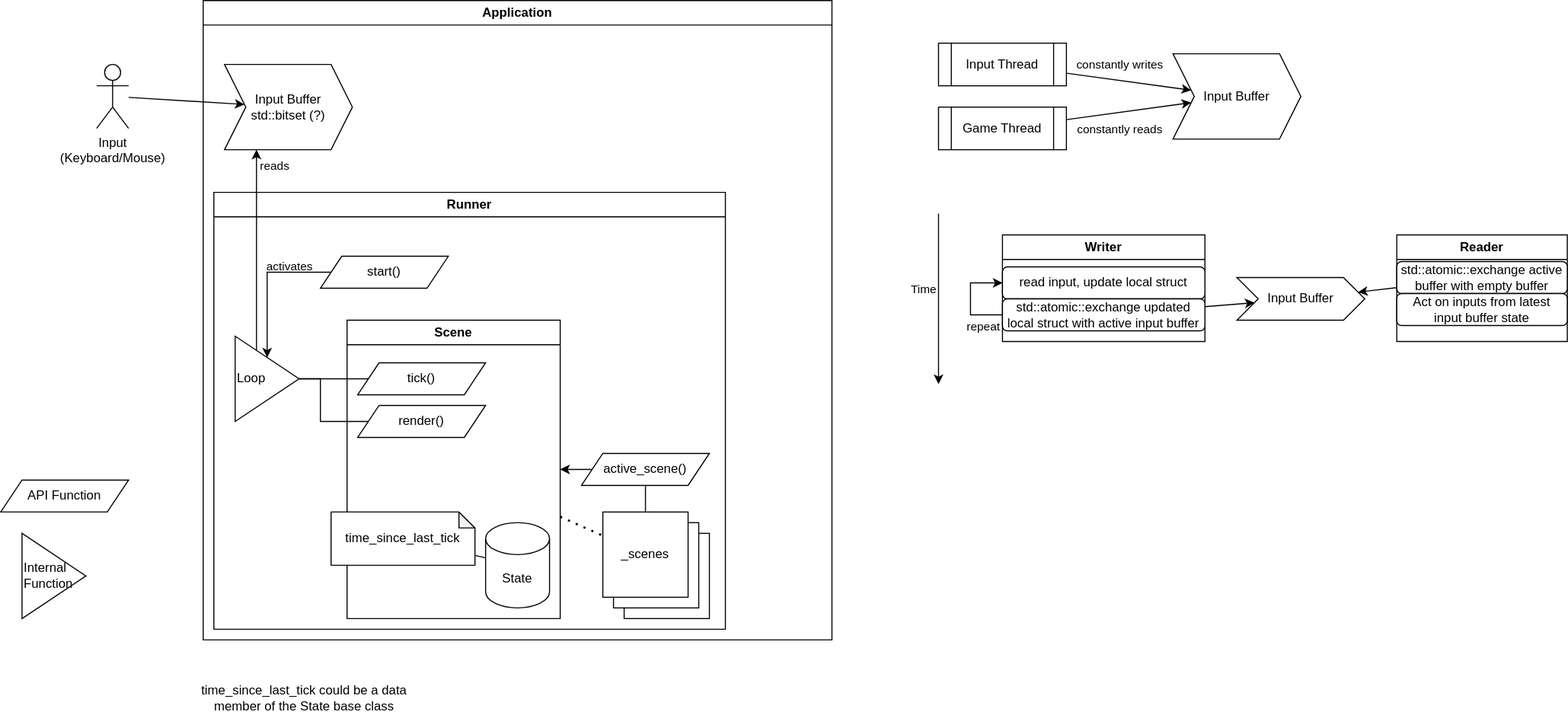
Before: lib/doc/scene.dio.svg, a diagram exported from draw.io (dstodev/cmake-cxx). Source tidied: cells renumbered, new cells last; positions are measured from the earlier drawing's top-left corner, leaving out a move shared by most shapes. Its diagram source:
```xml
<mxGraphModel>
  <root>
    <mxCell id="0" />
    <mxCell id="1" parent="0" />
    <mxCell id="2" value="Input&lt;br&gt;(Keyboard/Mouse)" style="shape=umlActor;verticalLabelPosition=bottom;verticalAlign=top;html=1;outlineConnect=0;" parent="1" vertex="1">
      <mxGeometry x="90" y="60" width="30" height="60" as="geometry" />
    </mxCell>
    <mxCell id="3" value="Application" style="swimlane;whiteSpace=wrap;html=1;" parent="1" vertex="1">
      <mxGeometry x="190" width="590" height="600" as="geometry" />
    </mxCell>
    <mxCell id="4" value="Input Buffer&lt;br&gt;std::bitset (?)" style="shape=step;perimeter=stepPerimeter;whiteSpace=wrap;html=1;fixedSize=1;" parent="3" vertex="1">
      <mxGeometry x="20" y="60" width="120" height="80" as="geometry" />
    </mxCell>
    <mxCell id="5" value="Runner" style="swimlane;whiteSpace=wrap;html=1;" parent="3" vertex="1">
      <mxGeometry x="10" y="180" width="480" height="410" as="geometry" />
    </mxCell>
    <mxCell id="6" value="Scene" style="swimlane;whiteSpace=wrap;html=1;" parent="5" vertex="1">
      <mxGeometry x="125" y="120" width="200" height="280" as="geometry" />
    </mxCell>
    <mxCell id="7" value="State" style="shape=cylinder3;whiteSpace=wrap;html=1;boundedLbl=1;backgroundOutline=1;size=15;" parent="6" vertex="1">
      <mxGeometry x="130" y="190" width="60" height="80" as="geometry" />
    </mxCell>
    <mxCell id="8" value="tick()" style="shape=parallelogram;perimeter=parallelogramPerimeter;whiteSpace=wrap;html=1;fixedSize=1;" parent="6" vertex="1">
      <mxGeometry x="10" y="40" width="120" height="30" as="geometry" />
    </mxCell>
    <mxCell id="9" value="render()" style="shape=parallelogram;perimeter=parallelogramPerimeter;whiteSpace=wrap;html=1;fixedSize=1;" parent="6" vertex="1">
      <mxGeometry x="10" y="80" width="120" height="30" as="geometry" />
    </mxCell>
    <mxCell id="10" style="endArrow=none;dashed=1;html=1;dashPattern=1 3;strokeWidth=2;rounded=0;" parent="5" edge="1" source="6" target="21">
      <mxGeometry relative="1" as="geometry" />
    </mxCell>
    <mxCell id="11" value="Loop" style="triangle;whiteSpace=wrap;html=1;align=left;" parent="5" vertex="1">
      <mxGeometry x="20" y="135" width="60" height="80" as="geometry" />
    </mxCell>
    <mxCell id="12" style="endArrow=none;html=1;rounded=0;" parent="5" edge="1" source="11" target="8">
      <mxGeometry relative="1" as="geometry" />
    </mxCell>
    <mxCell id="13" style="endArrow=none;html=1;rounded=0;edgeStyle=elbowEdgeStyle;" parent="5" edge="1" source="11" target="9">
      <mxGeometry relative="1" as="geometry">
        <Array as="points">
          <mxPoint x="100" y="175" />
        </Array>
      </mxGeometry>
    </mxCell>
    <mxCell id="14" value="active_scene()" style="shape=parallelogram;perimeter=parallelogramPerimeter;whiteSpace=wrap;html=1;fixedSize=1;" parent="5" vertex="1">
      <mxGeometry x="345" y="245" width="120" height="30" as="geometry" />
    </mxCell>
    <mxCell id="15" value="time_since_last_tick" style="shape=note;whiteSpace=wrap;html=1;backgroundOutline=1;darkOpacity=0.05;align=center;verticalAlign=middle;size=15;" parent="5" vertex="1">
      <mxGeometry x="110" y="300" width="135" height="50" as="geometry" />
    </mxCell>
    <mxCell id="16" style="endArrow=none;html=1;rounded=0;" parent="5" edge="1" source="15" target="7">
      <mxGeometry relative="1" as="geometry" />
    </mxCell>
    <mxCell id="17" style="endArrow=classic;html=1;rounded=0;" parent="5" edge="1" source="14" target="6">
      <mxGeometry relative="1" as="geometry" />
    </mxCell>
    <mxCell id="18" style="group;" parent="5" vertex="1">
      <mxGeometry x="365" y="300" width="100" height="100" as="geometry" />
    </mxCell>
    <mxCell id="19" value="Scene" style="whiteSpace=wrap;html=1;" parent="18" vertex="1">
      <mxGeometry x="20" y="20" width="80" height="80" as="geometry" />
    </mxCell>
    <mxCell id="20" value="Scene" style="whiteSpace=wrap;html=1;" parent="18" vertex="1">
      <mxGeometry x="10" y="10" width="80" height="80" as="geometry" />
    </mxCell>
    <mxCell id="21" value="_scenes" style="whiteSpace=wrap;html=1;" parent="18" vertex="1">
      <mxGeometry width="80" height="80" as="geometry" />
    </mxCell>
    <mxCell id="22" style="endArrow=none;html=1;rounded=0;" parent="5" edge="1" source="21" target="14">
      <mxGeometry relative="1" as="geometry" />
    </mxCell>
    <mxCell id="23" value="start()" style="shape=parallelogram;perimeter=parallelogramPerimeter;whiteSpace=wrap;html=1;fixedSize=1;" parent="5" vertex="1">
      <mxGeometry x="100" y="60" width="120" height="30" as="geometry" />
    </mxCell>
    <mxCell id="24" style="endArrow=classic;html=1;rounded=0;edgeStyle=orthogonalEdgeStyle;" parent="5" edge="1" source="23" target="11">
      <mxGeometry relative="1" as="geometry" />
    </mxCell>
    <mxCell id="25" value="activates" style="edgeLabel;html=1;align=center;verticalAlign=middle;labelBackgroundColor=none;" parent="24" vertex="1">
      <mxGeometry x="-0.39" y="-2" relative="1" as="geometry">
        <mxPoint x="3" y="-4" as="offset" />
      </mxGeometry>
    </mxCell>
    <mxCell id="26" style="endArrow=classic;html=1;rounded=0;edgeStyle=orthogonalEdgeStyle;" parent="3" edge="1" source="11" target="4">
      <mxGeometry relative="1" as="geometry">
        <Array as="points">
          <mxPoint x="50" y="220" />
          <mxPoint x="50" y="220" />
        </Array>
      </mxGeometry>
    </mxCell>
    <mxCell id="27" value="reads" style="edgeLabel;html=1;align=center;verticalAlign=middle;horizontal=1;labelBackgroundColor=none;fontColor=default;" parent="26" vertex="1">
      <mxGeometry x="-0.09" y="1" relative="1" as="geometry">
        <mxPoint x="17" y="-88" as="offset" />
      </mxGeometry>
    </mxCell>
    <mxCell id="28" style="endArrow=classic;html=1;rounded=0;" parent="1" edge="1" source="2" target="4">
      <mxGeometry relative="1" as="geometry" />
    </mxCell>
    <mxCell id="29" value="API Function" style="shape=parallelogram;perimeter=parallelogramPerimeter;whiteSpace=wrap;html=1;fixedSize=1;" parent="1" vertex="1">
      <mxGeometry y="450" width="120" height="30" as="geometry" />
    </mxCell>
    <mxCell id="30" value="Internal Function" style="triangle;whiteSpace=wrap;html=1;align=left;" parent="1" vertex="1">
      <mxGeometry x="20" y="500" width="60" height="80" as="geometry" />
    </mxCell>
    <mxCell id="31" value="time_since_last_tick could be a data member of the State base class" style="text;html=1;strokeColor=none;fillColor=none;align=center;verticalAlign=middle;whiteSpace=wrap;rounded=0;labelBackgroundColor=none;fontColor=default;" parent="1" vertex="1">
      <mxGeometry x="185" y="640" width="200" height="30" as="geometry" />
    </mxCell>
    <mxCell id="32" value="Input Buffer" style="shape=step;perimeter=stepPerimeter;whiteSpace=wrap;html=1;fixedSize=1;labelBackgroundColor=none;fontColor=default;fillColor=default;" parent="1" vertex="1">
      <mxGeometry x="1100" y="50" width="120" height="80" as="geometry" />
    </mxCell>
    <mxCell id="33" value="Input Thread" style="shape=process;whiteSpace=wrap;html=1;backgroundOutline=1;labelBackgroundColor=none;fontColor=default;fillColor=default;" parent="1" vertex="1">
      <mxGeometry x="880" y="40" width="120" height="40" as="geometry" />
    </mxCell>
    <mxCell id="34" value="Game Thread" style="shape=process;whiteSpace=wrap;html=1;backgroundOutline=1;labelBackgroundColor=none;fontColor=default;fillColor=default;" parent="1" vertex="1">
      <mxGeometry x="880" y="100" width="120" height="40" as="geometry" />
    </mxCell>
    <mxCell id="35" style="endArrow=classic;html=1;rounded=0;fontColor=default;elbow=vertical;" parent="1" edge="1" source="33" target="32">
      <mxGeometry relative="1" as="geometry" />
    </mxCell>
    <mxCell id="36" value="constantly writes" style="edgeLabel;html=1;align=center;verticalAlign=middle;fontColor=default;" parent="35" vertex="1">
      <mxGeometry x="-0.42" y="-2" relative="1" as="geometry">
        <mxPoint x="16" y="-15" as="offset" />
      </mxGeometry>
    </mxCell>
    <mxCell id="37" style="endArrow=classic;html=1;rounded=0;fontColor=default;elbow=vertical;" parent="1" edge="1" source="34" target="32">
      <mxGeometry relative="1" as="geometry" />
    </mxCell>
    <mxCell id="38" value="constantly reads" style="edgeLabel;html=1;align=center;verticalAlign=middle;fontColor=default;" parent="37" vertex="1">
      <mxGeometry x="-0.42" y="-2" relative="1" as="geometry">
        <mxPoint x="16" y="11" as="offset" />
      </mxGeometry>
    </mxCell>
    <mxCell id="39" value="Input Buffer" style="shape=step;perimeter=stepPerimeter;whiteSpace=wrap;html=1;fixedSize=1;labelBackgroundColor=none;fontColor=default;fillColor=default;" parent="1" vertex="1">
      <mxGeometry x="1160" y="260" width="120" height="40" as="geometry" />
    </mxCell>
    <mxCell id="40" value="Writer" style="swimlane;whiteSpace=wrap;html=1;labelBackgroundColor=none;fontColor=default;fillColor=default;" parent="1" vertex="1">
      <mxGeometry x="940" y="220" width="190" height="100" as="geometry" />
    </mxCell>
    <mxCell id="41" value="read input, update local struct" style="rounded=1;whiteSpace=wrap;html=1;labelBackgroundColor=none;fontColor=default;fillColor=default;" parent="40" vertex="1">
      <mxGeometry y="30" width="190" height="30" as="geometry" />
    </mxCell>
    <mxCell id="42" value="std::atomic::exchange updated local struct with active input buffer" style="rounded=1;whiteSpace=wrap;html=1;labelBackgroundColor=none;fontColor=default;fillColor=default;" parent="40" vertex="1">
      <mxGeometry y="60" width="190" height="30" as="geometry" />
    </mxCell>
    <mxCell id="43" style="endArrow=classic;html=1;rounded=0;" parent="40" edge="1" source="42" target="41">
      <mxGeometry relative="1" as="geometry">
        <Array as="points">
          <mxPoint x="-30" y="75" />
          <mxPoint x="-30" y="45" />
        </Array>
      </mxGeometry>
    </mxCell>
    <mxCell id="44" value="repeat" style="edgeLabel;html=1;align=center;verticalAlign=middle;" parent="43" vertex="1">
      <mxGeometry x="0.37" y="-1" relative="1" as="geometry">
        <mxPoint x="9" y="39" as="offset" />
      </mxGeometry>
    </mxCell>
    <mxCell id="45" value="Reader" style="swimlane;whiteSpace=wrap;html=1;labelBackgroundColor=none;fontColor=default;fillColor=default;" parent="1" vertex="1">
      <mxGeometry x="1310" y="220" width="160" height="100" as="geometry" />
    </mxCell>
    <mxCell id="46" value="std::atomic::exchange active buffer with empty buffer" style="rounded=1;whiteSpace=wrap;html=1;labelBackgroundColor=none;fontColor=default;fillColor=default;" parent="45" vertex="1">
      <mxGeometry y="25" width="160" height="30" as="geometry" />
    </mxCell>
    <mxCell id="47" value="Act on inputs from latest input buffer state" style="rounded=1;whiteSpace=wrap;html=1;labelBackgroundColor=none;fontColor=default;fillColor=default;" parent="45" vertex="1">
      <mxGeometry y="55" width="160" height="30" as="geometry" />
    </mxCell>
    <mxCell id="48" style="endArrow=classic;html=1;rounded=0;fontColor=default;elbow=vertical;" parent="1" edge="1">
      <mxGeometry relative="1" as="geometry">
        <mxPoint x="880" y="200" as="sourcePoint" />
        <mxPoint x="880" y="360" as="targetPoint" />
      </mxGeometry>
    </mxCell>
    <mxCell id="49" value="Time" style="edgeLabel;html=1;align=center;verticalAlign=middle;" parent="48" vertex="1">
      <mxGeometry x="-0.09" y="1" relative="1" as="geometry">
        <mxPoint x="-16" y="-3" as="offset" />
      </mxGeometry>
    </mxCell>
    <mxCell id="50" style="endArrow=classic;html=1;rounded=0;fontColor=default;elbow=vertical;" parent="1" edge="1" source="42" target="39">
      <mxGeometry relative="1" as="geometry" />
    </mxCell>
    <mxCell id="51" style="endArrow=classic;html=1;rounded=0;" parent="1" edge="1" source="46" target="39">
      <mxGeometry relative="1" as="geometry" />
    </mxCell>
  </root>
</mxGraphModel>
```
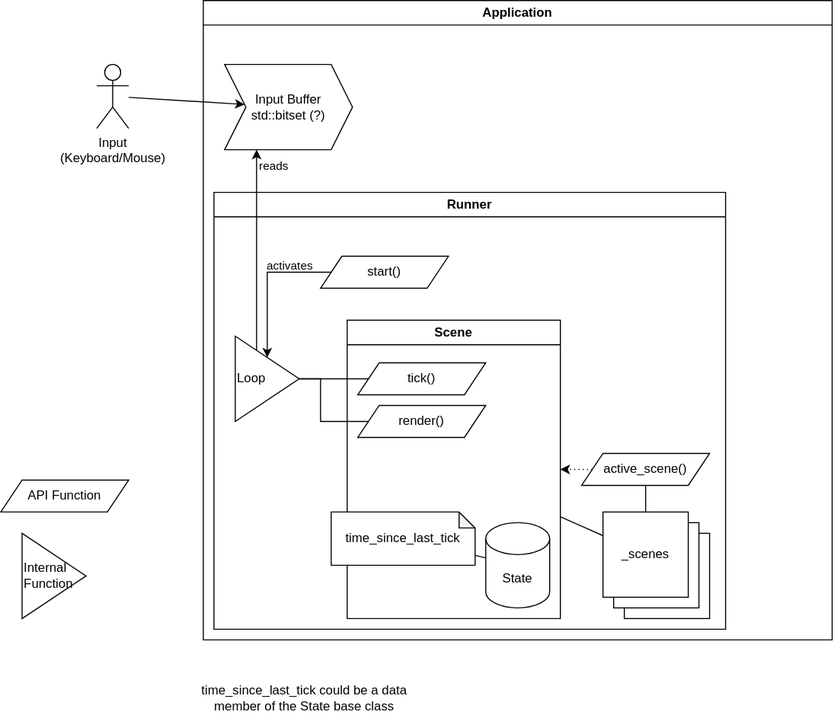
The same file after the commit.

Diff of the diagram source:
```diff
@@ -26,9 +26,6 @@
     <mxCell id="9" value="render()" style="shape=parallelogram;perimeter=parallelogramPerimeter;whiteSpace=wrap;html=1;fixedSize=1;" parent="6" vertex="1">
       <mxGeometry x="10" y="80" width="120" height="30" as="geometry" />
     </mxCell>
-    <mxCell id="10" style="endArrow=none;dashed=1;html=1;dashPattern=1 3;strokeWidth=2;rounded=0;" parent="5" edge="1" source="6" target="21">
-      <mxGeometry relative="1" as="geometry" />
-    </mxCell>
     <mxCell id="11" value="Loop" style="triangle;whiteSpace=wrap;html=1;align=left;" parent="5" vertex="1">
       <mxGeometry x="20" y="135" width="60" height="80" as="geometry" />
     </mxCell>
@@ -51,9 +48,6 @@
     <mxCell id="16" style="endArrow=none;html=1;rounded=0;" parent="5" edge="1" source="15" target="7">
       <mxGeometry relative="1" as="geometry" />
     </mxCell>
-    <mxCell id="17" style="endArrow=classic;html=1;rounded=0;" parent="5" edge="1" source="14" target="6">
-      <mxGeometry relative="1" as="geometry" />
-    </mxCell>
     <mxCell id="18" style="group;" parent="5" vertex="1">
       <mxGeometry x="365" y="300" width="100" height="100" as="geometry" />
     </mxCell>
@@ -80,7 +74,13 @@
         <mxPoint x="3" y="-4" as="offset" />
       </mxGeometry>
     </mxCell>
+    <mxCell id="10" style="endArrow=none;html=1;rounded=0;" parent="5" edge="1" source="6" target="21">
+      <mxGeometry relative="1" as="geometry" />
+    </mxCell>
+    <mxCell id="17" style="endArrow=classic;dashed=1;html=1;dashPattern=1 3;strokeWidth=1;rounded=0;endFill=1;" parent="5" edge="1" source="14" target="6">
+      <mxGeometry relative="1" as="geometry" />
+    </mxCell>
-    <mxCell id="26" style="endArrow=classic;html=1;rounded=0;edgeStyle=orthogonalEdgeStyle;" parent="3" edge="1" source="11" target="4">
+    <mxCell id="26" style="endArrow=classic;html=1;rounded=0;edgeStyle=orthogonalEdgeStyle;endFill=1;" parent="3" edge="1" source="11" target="4">
       <mxGeometry relative="1" as="geometry">
         <Array as="points">
           <mxPoint x="50" y="220" />
@@ -105,81 +105,5 @@
     <mxCell id="31" value="time_since_last_tick could be a data member of the State base class" style="text;html=1;strokeColor=none;fillColor=none;align=center;verticalAlign=middle;whiteSpace=wrap;rounded=0;labelBackgroundColor=none;fontColor=default;" parent="1" vertex="1">
       <mxGeometry x="185" y="640" width="200" height="30" as="geometry" />
     </mxCell>
-    <mxCell id="32" value="Input Buffer" style="shape=step;perimeter=stepPerimeter;whiteSpace=wrap;html=1;fixedSize=1;labelBackgroundColor=none;fontColor=default;fillColor=default;" parent="1" vertex="1">
-      <mxGeometry x="1100" y="50" width="120" height="80" as="geometry" />
-    </mxCell>
-    <mxCell id="33" value="Input Thread" style="shape=process;whiteSpace=wrap;html=1;backgroundOutline=1;labelBackgroundColor=none;fontColor=default;fillColor=default;" parent="1" vertex="1">
-      <mxGeometry x="880" y="40" width="120" height="40" as="geometry" />
-    </mxCell>
-    <mxCell id="34" value="Game Thread" style="shape=process;whiteSpace=wrap;html=1;backgroundOutline=1;labelBackgroundColor=none;fontColor=default;fillColor=default;" parent="1" vertex="1">
-      <mxGeometry x="880" y="100" width="120" height="40" as="geometry" />
-    </mxCell>
-    <mxCell id="35" style="endArrow=classic;html=1;rounded=0;fontColor=default;elbow=vertical;" parent="1" edge="1" source="33" target="32">
-      <mxGeometry relative="1" as="geometry" />
-    </mxCell>
-    <mxCell id="36" value="constantly writes" style="edgeLabel;html=1;align=center;verticalAlign=middle;fontColor=default;" parent="35" vertex="1">
-      <mxGeometry x="-0.42" y="-2" relative="1" as="geometry">
-        <mxPoint x="16" y="-15" as="offset" />
-      </mxGeometry>
-    </mxCell>
-    <mxCell id="37" style="endArrow=classic;html=1;rounded=0;fontColor=default;elbow=vertical;" parent="1" edge="1" source="34" target="32">
-      <mxGeometry relative="1" as="geometry" />
-    </mxCell>
-    <mxCell id="38" value="constantly reads" style="edgeLabel;html=1;align=center;verticalAlign=middle;fontColor=default;" parent="37" vertex="1">
-      <mxGeometry x="-0.42" y="-2" relative="1" as="geometry">
-        <mxPoint x="16" y="11" as="offset" />
-      </mxGeometry>
-    </mxCell>
-    <mxCell id="39" value="Input Buffer" style="shape=step;perimeter=stepPerimeter;whiteSpace=wrap;html=1;fixedSize=1;labelBackgroundColor=none;fontColor=default;fillColor=default;" parent="1" vertex="1">
-      <mxGeometry x="1160" y="260" width="120" height="40" as="geometry" />
-    </mxCell>
-    <mxCell id="40" value="Writer" style="swimlane;whiteSpace=wrap;html=1;labelBackgroundColor=none;fontColor=default;fillColor=default;" parent="1" vertex="1">
-      <mxGeometry x="940" y="220" width="190" height="100" as="geometry" />
-    </mxCell>
-    <mxCell id="41" value="read input, update local struct" style="rounded=1;whiteSpace=wrap;html=1;labelBackgroundColor=none;fontColor=default;fillColor=default;" parent="40" vertex="1">
-      <mxGeometry y="30" width="190" height="30" as="geometry" />
-    </mxCell>
-    <mxCell id="42" value="std::atomic::exchange updated local struct with active input buffer" style="rounded=1;whiteSpace=wrap;html=1;labelBackgroundColor=none;fontColor=default;fillColor=default;" parent="40" vertex="1">
-      <mxGeometry y="60" width="190" height="30" as="geometry" />
-    </mxCell>
-    <mxCell id="43" style="endArrow=classic;html=1;rounded=0;" parent="40" edge="1" source="42" target="41">
-      <mxGeometry relative="1" as="geometry">
-        <Array as="points">
-          <mxPoint x="-30" y="75" />
-          <mxPoint x="-30" y="45" />
-        </Array>
-      </mxGeometry>
-    </mxCell>
-    <mxCell id="44" value="repeat" style="edgeLabel;html=1;align=center;verticalAlign=middle;" parent="43" vertex="1">
-      <mxGeometry x="0.37" y="-1" relative="1" as="geometry">
-        <mxPoint x="9" y="39" as="offset" />
-      </mxGeometry>
-    </mxCell>
-    <mxCell id="45" value="Reader" style="swimlane;whiteSpace=wrap;html=1;labelBackgroundColor=none;fontColor=default;fillColor=default;" parent="1" vertex="1">
-      <mxGeometry x="1310" y="220" width="160" height="100" as="geometry" />
-    </mxCell>
-    <mxCell id="46" value="std::atomic::exchange active buffer with empty buffer" style="rounded=1;whiteSpace=wrap;html=1;labelBackgroundColor=none;fontColor=default;fillColor=default;" parent="45" vertex="1">
-      <mxGeometry y="25" width="160" height="30" as="geometry" />
-    </mxCell>
-    <mxCell id="47" value="Act on inputs from latest input buffer state" style="rounded=1;whiteSpace=wrap;html=1;labelBackgroundColor=none;fontColor=default;fillColor=default;" parent="45" vertex="1">
-      <mxGeometry y="55" width="160" height="30" as="geometry" />
-    </mxCell>
-    <mxCell id="48" style="endArrow=classic;html=1;rounded=0;fontColor=default;elbow=vertical;" parent="1" edge="1">
-      <mxGeometry relative="1" as="geometry">
-        <mxPoint x="880" y="200" as="sourcePoint" />
-        <mxPoint x="880" y="360" as="targetPoint" />
-      </mxGeometry>
-    </mxCell>
-    <mxCell id="49" value="Time" style="edgeLabel;html=1;align=center;verticalAlign=middle;" parent="48" vertex="1">
-      <mxGeometry x="-0.09" y="1" relative="1" as="geometry">
-        <mxPoint x="-16" y="-3" as="offset" />
-      </mxGeometry>
-    </mxCell>
-    <mxCell id="50" style="endArrow=classic;html=1;rounded=0;fontColor=default;elbow=vertical;" parent="1" edge="1" source="42" target="39">
-      <mxGeometry relative="1" as="geometry" />
-    </mxCell>
-    <mxCell id="51" style="endArrow=classic;html=1;rounded=0;" parent="1" edge="1" source="46" target="39">
-      <mxGeometry relative="1" as="geometry" />
-    </mxCell>
   </root>
 </mxGraphModel>
```
